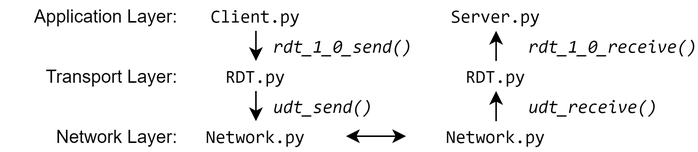
The draw.io diagram images/network.png in msu-netlab/MSU_CSCI_466_Programming_Assignments, before a commit. Source tidied: cells renumbered, new cells last; positions are measured from the earlier drawing's top-left corner, leaving out a move shared by most shapes. Its diagram source:
```xml
<mxGraphModel>
  <root>
    <mxCell id="0" />
    <mxCell id="1" parent="0" />
    <mxCell id="2" value="Application Layer:" style="text;html=1;strokeColor=none;fillColor=none;align=right;verticalAlign=middle;whiteSpace=wrap;rounded=0;" parent="1" vertex="1">
      <mxGeometry width="120" height="20" as="geometry" />
    </mxCell>
    <mxCell id="3" value="Transport Layer:" style="text;html=1;strokeColor=none;fillColor=none;align=right;verticalAlign=middle;whiteSpace=wrap;rounded=0;" parent="1" vertex="1">
      <mxGeometry y="40" width="120" height="20" as="geometry" />
    </mxCell>
    <mxCell id="4" value="Network Layer:" style="text;html=1;strokeColor=none;fillColor=none;align=right;verticalAlign=middle;whiteSpace=wrap;rounded=0;" parent="1" vertex="1">
      <mxGeometry y="80" width="120" height="20" as="geometry" />
    </mxCell>
    <mxCell id="5" value="Client.py" style="text;html=1;strokeColor=none;fillColor=none;align=center;verticalAlign=middle;whiteSpace=wrap;rounded=0;fontFamily=consolas;" parent="1" vertex="1">
      <mxGeometry x="110" width="120" height="20" as="geometry" />
    </mxCell>
    <mxCell id="6" value="RDT.py" style="text;html=1;strokeColor=none;fillColor=none;align=center;verticalAlign=middle;whiteSpace=wrap;rounded=0;fontFamily=consolas;" parent="1" vertex="1">
      <mxGeometry x="110" y="40" width="120" height="20" as="geometry" />
    </mxCell>
    <mxCell id="7" value="Network.py" style="text;html=1;strokeColor=none;fillColor=none;align=center;verticalAlign=middle;whiteSpace=wrap;rounded=0;fontFamily=consolas;" parent="1" vertex="1">
      <mxGeometry x="110" y="80" width="120" height="20" as="geometry" />
    </mxCell>
    <mxCell id="8" value="Server.py" style="text;html=1;strokeColor=none;fillColor=none;align=center;verticalAlign=middle;whiteSpace=wrap;rounded=0;fontFamily=consolas;" parent="1" vertex="1">
      <mxGeometry x="270" width="120" height="20" as="geometry" />
    </mxCell>
    <mxCell id="9" value="RDT.py" style="text;html=1;strokeColor=none;fillColor=none;align=center;verticalAlign=middle;whiteSpace=wrap;rounded=0;fontFamily=consolas;" parent="1" vertex="1">
      <mxGeometry x="270" y="40" width="120" height="20" as="geometry" />
    </mxCell>
    <mxCell id="10" value="Network.py" style="text;html=1;strokeColor=none;fillColor=none;align=center;verticalAlign=middle;whiteSpace=wrap;rounded=0;fontFamily=consolas;" parent="1" vertex="1">
      <mxGeometry x="270" y="80" width="120" height="20" as="geometry" />
    </mxCell>
    <mxCell id="11" style="endArrow=classic;startArrow=classic;html=1;" parent="1" edge="1" source="7" target="10">
      <mxGeometry relative="1" as="geometry" />
    </mxCell>
    <mxCell id="12" style="endArrow=classic;html=1;" parent="1" edge="1" source="5" target="6">
      <mxGeometry relative="1" as="geometry" />
    </mxCell>
    <mxCell id="13" value="rdt_1_0_send()" style="text;html=1;strokeColor=none;fillColor=none;align=left;verticalAlign=middle;whiteSpace=wrap;rounded=0;fontFamily=consolas;fontStyle=2;" parent="1" vertex="1">
      <mxGeometry x="180" y="20" width="100" height="20" as="geometry" />
    </mxCell>
    <mxCell id="14" style="endArrow=classic;html=1;" parent="1" edge="1" source="6" target="7">
      <mxGeometry relative="1" as="geometry" />
    </mxCell>
    <mxCell id="15" value="udt_send()" style="text;html=1;strokeColor=none;fillColor=none;align=left;verticalAlign=middle;whiteSpace=wrap;rounded=0;fontFamily=consolas;fontStyle=2;" parent="1" vertex="1">
      <mxGeometry x="180" y="60" width="100" height="20" as="geometry" />
    </mxCell>
    <mxCell id="16" value="rdt_1_0_receive()" style="text;html=1;strokeColor=none;fillColor=none;align=left;verticalAlign=middle;whiteSpace=wrap;rounded=0;fontFamily=consolas;fontStyle=2;" parent="1" vertex="1">
      <mxGeometry x="350" y="20" width="100" height="20" as="geometry" />
    </mxCell>
    <mxCell id="17" style="endArrow=classic;html=1;" parent="1" edge="1" source="9" target="8">
      <mxGeometry relative="1" as="geometry" />
    </mxCell>
    <mxCell id="18" style="endArrow=classic;html=1;" parent="1" edge="1" source="10" target="9">
      <mxGeometry relative="1" as="geometry" />
    </mxCell>
    <mxCell id="19" value="udt_receive()" style="text;html=1;strokeColor=none;fillColor=none;align=left;verticalAlign=middle;whiteSpace=wrap;rounded=0;fontFamily=consolas;fontStyle=2;" parent="1" vertex="1">
      <mxGeometry x="350" y="60" width="100" height="20" as="geometry" />
    </mxCell>
  </root>
</mxGraphModel>
```
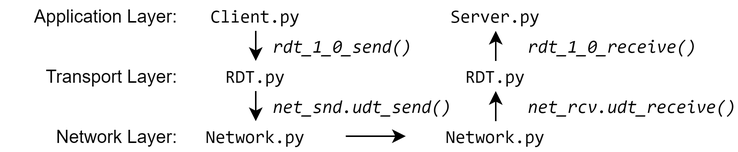
After the change.

Change to the diagram source:
```diff
@@ -29,7 +29,7 @@
     <mxCell id="10" value="Network.py" style="text;html=1;strokeColor=none;fillColor=none;align=center;verticalAlign=middle;whiteSpace=wrap;rounded=0;fontFamily=consolas;" parent="1" vertex="1">
       <mxGeometry x="270" y="80" width="120" height="20" as="geometry" />
     </mxCell>
-    <mxCell id="11" style="endArrow=classic;startArrow=classic;html=1;" parent="1" edge="1" source="7" target="10">
+    <mxCell id="11" style="endArrow=classic;startArrow=none;html=1;startFill=0;" parent="1" edge="1" source="7" target="10">
       <mxGeometry relative="1" as="geometry" />
     </mxCell>
     <mxCell id="12" style="endArrow=classic;html=1;" parent="1" edge="1" source="5" target="6">
@@ -41,7 +41,7 @@
     <mxCell id="14" style="endArrow=classic;html=1;" parent="1" edge="1" source="6" target="7">
       <mxGeometry relative="1" as="geometry" />
     </mxCell>
-    <mxCell id="15" value="udt_send()" style="text;html=1;strokeColor=none;fillColor=none;align=left;verticalAlign=middle;whiteSpace=wrap;rounded=0;fontFamily=consolas;fontStyle=2;" parent="1" vertex="1">
+    <mxCell id="15" value="net_snd.udt_send()" style="text;html=1;strokeColor=none;fillColor=none;align=left;verticalAlign=middle;whiteSpace=wrap;rounded=0;fontFamily=consolas;fontStyle=2;" parent="1" vertex="1">
       <mxGeometry x="180" y="60" width="100" height="20" as="geometry" />
     </mxCell>
     <mxCell id="16" value="rdt_1_0_receive()" style="text;html=1;strokeColor=none;fillColor=none;align=left;verticalAlign=middle;whiteSpace=wrap;rounded=0;fontFamily=consolas;fontStyle=2;" parent="1" vertex="1">
@@ -53,7 +53,7 @@
     <mxCell id="18" style="endArrow=classic;html=1;" parent="1" edge="1" source="10" target="9">
       <mxGeometry relative="1" as="geometry" />
     </mxCell>
-    <mxCell id="19" value="udt_receive()" style="text;html=1;strokeColor=none;fillColor=none;align=left;verticalAlign=middle;whiteSpace=wrap;rounded=0;fontFamily=consolas;fontStyle=2;" parent="1" vertex="1">
+    <mxCell id="19" value="net_rcv.udt_receive()" style="text;html=1;strokeColor=none;fillColor=none;align=left;verticalAlign=middle;whiteSpace=wrap;rounded=0;fontFamily=consolas;fontStyle=2;" parent="1" vertex="1">
       <mxGeometry x="350" y="60" width="100" height="20" as="geometry" />
     </mxCell>
   </root>
```
